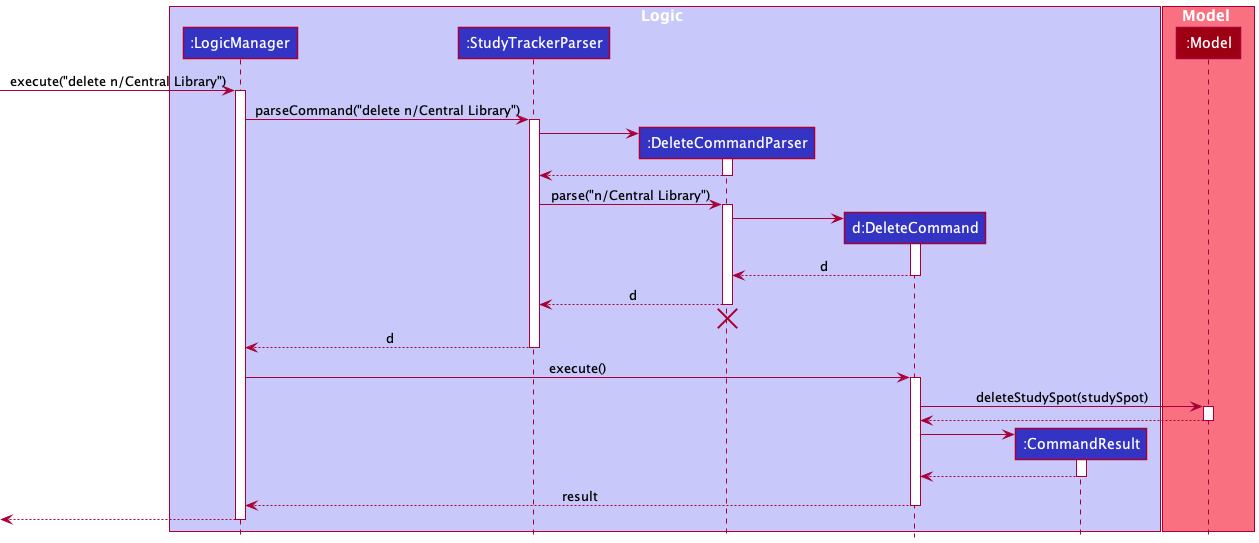
Earlier version of the PlantUML export docs/images/DeleteSequenceDiagram.png (ruoyann/tp).
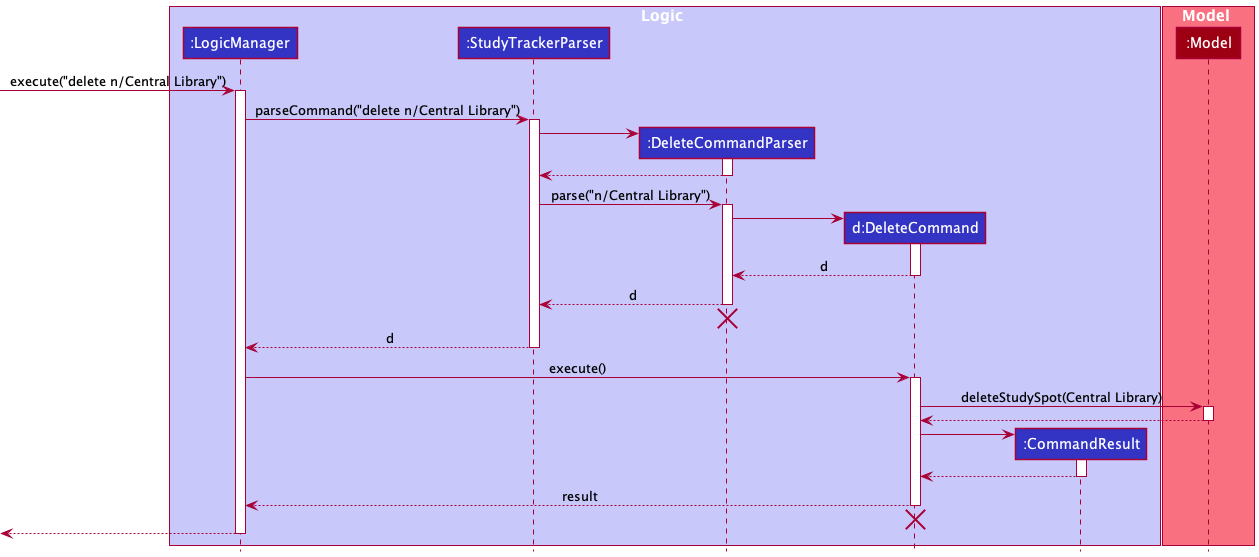
The same file after the commit.

Change to the diagram source:
```diff
@@ -47,7 +47,7 @@
 LogicManager -> DeleteCommand : execute()
 activate DeleteCommand
 
-DeleteCommand -> Model : deleteStudySpot(studySpot)
+DeleteCommand -> Model : deleteStudySpot(Central Library)
 activate Model
 
 Model --> DeleteCommand
@@ -62,6 +62,8 @@
 
 DeleteCommand --> LogicManager : result
 deactivate DeleteCommand
+DeleteCommand -[hidden]-> StudyTrackerParser
+destroy DeleteCommand
 
 [<--LogicManager
 deactivate LogicManager
```
